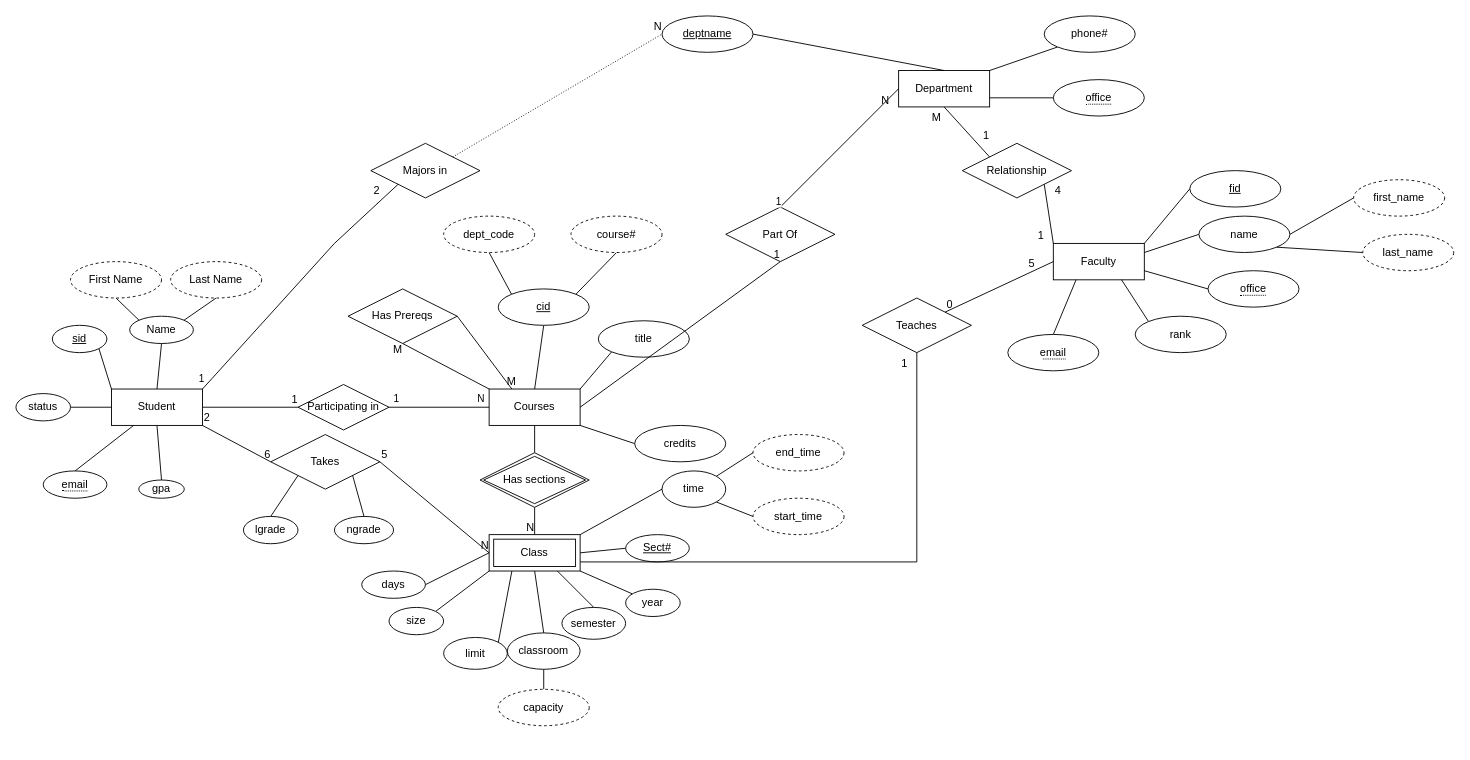
Earlier version of the draw.io diagram Untitled Diagram.drawio (XChronosCS/CS432). Source tidied: cells renumbered, new cells numbered last; positions are measured from the earlier drawing's top-left corner, leaving out a move shared by most shapes. Both pictures are drawn from the tidied source at 91%, with x=0, y=0 at pixel (15, 15).
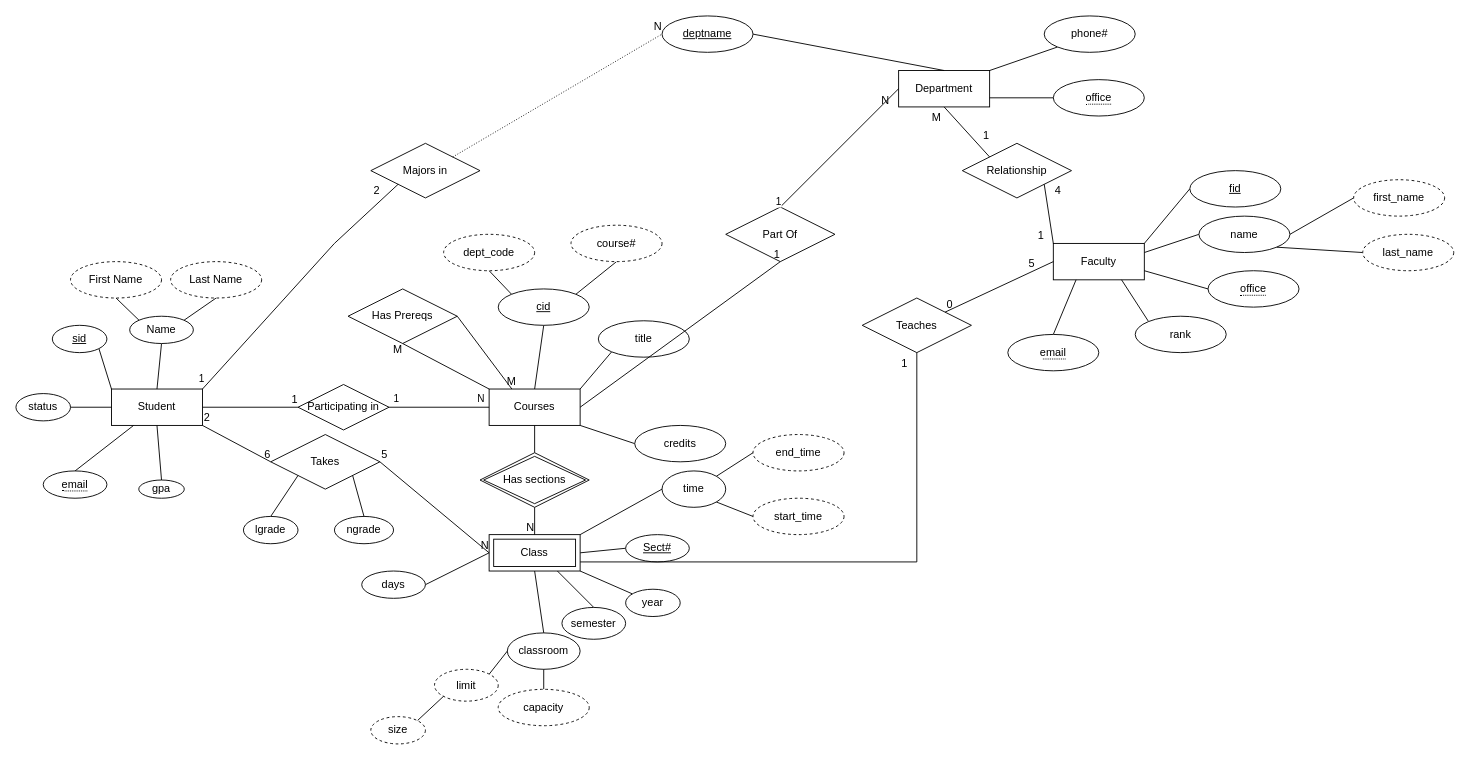
Above is the later version.

Commit message:
Finished Working on it for now

Unchanged cells that the change refers to:
```xml
<mxCell id="40" value="Class&lt;br&gt;" style="shape=ext;margin=3;double=1;whiteSpace=wrap;html=1;align=center;fontColor=default;" parent="1" vertex="1">
  <mxGeometry x="520" y="570" width="100" height="40" as="geometry" />
</mxCell>
<mxCell id="52" value="classroom" style="ellipse;whiteSpace=wrap;html=1;align=center;fontColor=default;" parent="1" vertex="1">
  <mxGeometry x="540" y="678" width="80" height="40" as="geometry" />
</mxCell>
```

What changed in the source:
```diff
@@
     <mxCell id="30" value="dept_code" style="ellipse;whiteSpace=wrap;html=1;align=center;dashed=1;fontColor=default;" parent="1" vertex="1">
-      <mxGeometry x="470" y="220" width="100" height="40" as="geometry" />
+      <mxGeometry x="470" y="240" width="100" height="40" as="geometry" />
     </mxCell>
@@
     <mxCell id="32" value="course#" style="ellipse;whiteSpace=wrap;html=1;align=center;dashed=1;fontColor=default;" parent="1" vertex="1">
-      <mxGeometry x="610" y="220" width="100" height="40" as="geometry" />
+      <mxGeometry x="610" y="230" width="100" height="40" as="geometry" />
     </mxCell>
@@
-    <mxCell id="49" style="edgeStyle=none;rounded=0;jettySize=auto;html=1;exitX=1;exitY=0;exitDx=0;exitDy=0;entryX=0.25;entryY=1;entryDx=0;entryDy=0;fontColor=default;endArrow=none;endFill=0;" parent="1" edge="1" source="50" target="40">
+    <mxCell id="49" style="edgeStyle=none;rounded=0;jettySize=auto;html=1;exitX=1;exitY=0;exitDx=0;exitDy=0;entryX=0;entryY=0.5;entryDx=0;entryDy=0;fontColor=default;endArrow=none;endFill=0;" parent="1" edge="1" source="50" target="52">
       <mxGeometry relative="1" as="geometry" />
     </mxCell>
-    <mxCell id="50" value="limit" style="ellipse;whiteSpace=wrap;html=1;align=center;fontColor=default;" parent="1" vertex="1">
-      <mxGeometry x="470" y="683" width="70" height="35" as="geometry" />
+    <mxCell id="50" value="limit" style="ellipse;whiteSpace=wrap;html=1;align=center;fontColor=default;dashed=1;" parent="1" vertex="1">
+      <mxGeometry x="460" y="718" width="70" height="35" as="geometry" />
     </mxCell>
@@
-    <mxCell id="53" style="edgeStyle=none;rounded=0;jettySize=auto;html=1;exitX=1;exitY=0;exitDx=0;exitDy=0;entryX=0;entryY=1;entryDx=0;entryDy=0;fontColor=default;endArrow=none;endFill=0;" parent="1" edge="1" source="54" target="40">
+    <mxCell id="53" style="edgeStyle=none;rounded=0;jettySize=auto;html=1;exitX=1;exitY=0;exitDx=0;exitDy=0;entryX=0;entryY=1;entryDx=0;entryDy=0;fontColor=default;endArrow=none;endFill=0;" parent="1" edge="1" source="54" target="50">
       <mxGeometry relative="1" as="geometry" />
     </mxCell>
-    <mxCell id="54" value="size" style="ellipse;whiteSpace=wrap;html=1;align=center;fontColor=default;" parent="1" vertex="1">
-      <mxGeometry x="410" y="650" width="60" height="30" as="geometry" />
+    <mxCell id="54" value="size" style="ellipse;whiteSpace=wrap;html=1;align=center;fontColor=default;dashed=1;" parent="1" vertex="1">
+      <mxGeometry x="390" y="770" width="60" height="30" as="geometry" />
     </mxCell>
@@
+    <mxCell id="124" style="edgeStyle=orthogonalEdgeStyle;rounded=0;orthogonalLoop=1;jettySize=auto;html=1;exitX=0.5;exitY=1;exitDx=0;exitDy=0;fontColor=default;endArrow=none;endFill=0;" parent="1" edge="1" source="50" target="50">
+      <mxGeometry relative="1" as="geometry" />
+    </mxCell>
```
